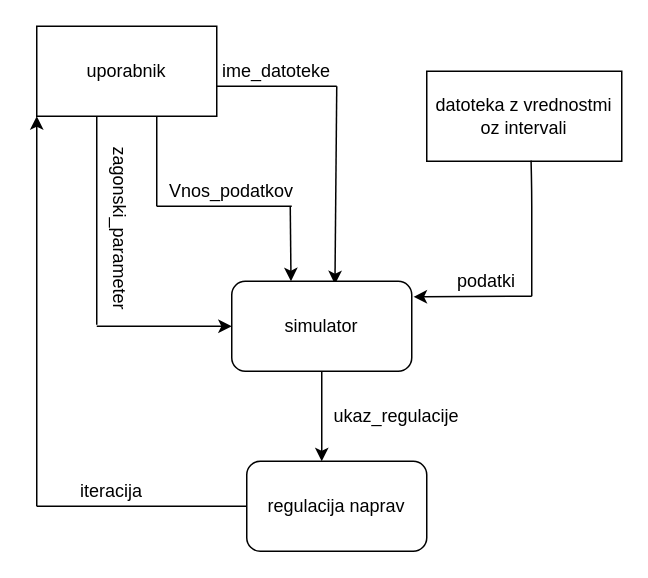
OPI-v-v/simulator keeps this draw.io diagram as page "Page-1" (1 of 2) of diagram toka podatkov.drawio. Above is the earlier version. Source tidied: cells renumbered, new cells numbered last; positions are measured from the earlier drawing's top-left corner, leaving out a move shared by most shapes. Both pictures are drawn from the tidied source at 150%, with x=0, y=0 at pixel (36, 26).
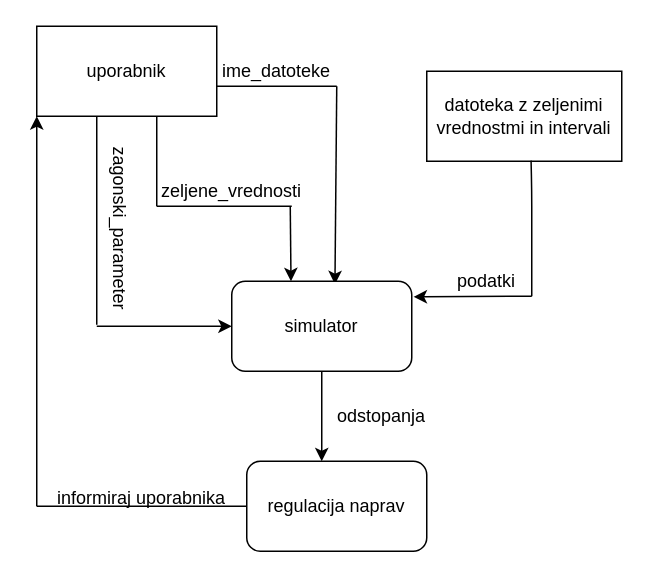
The same page after the edit.

Change to the diagram source:
```diff
@@
-    <mxCell id="3" value="datoteka z vrednostmi oz intervali" style="rounded=0;whiteSpace=wrap;html=1;" parent="1" vertex="1">
+    <mxCell id="3" value="datoteka z zeljenimi vrednostmi in intervali" style="rounded=0;whiteSpace=wrap;html=1;" parent="1" vertex="1">
       <mxGeometry x="260" y="30" width="130" height="60" as="geometry" />
     </mxCell>
@@
-    <mxCell id="9" value="Vnos_podatkov" style="text;html=1;strokeColor=none;fillColor=none;align=center;verticalAlign=middle;whiteSpace=wrap;rounded=0;rotation=0;" parent="1" vertex="1">
-      <mxGeometry x="80" y="100" width="100" height="20" as="geometry" />
-    </mxCell>
@@
-    <mxCell id="19" value="ukaz_regulacije" style="text;html=1;strokeColor=none;fillColor=none;align=center;verticalAlign=middle;whiteSpace=wrap;rounded=0;" parent="1" vertex="1">
-      <mxGeometry x="200" y="250" width="80" height="20" as="geometry" />
+    <mxCell id="19" value="odstopanja" style="text;html=1;strokeColor=none;fillColor=none;align=center;verticalAlign=middle;whiteSpace=wrap;rounded=0;" parent="1" vertex="1">
+      <mxGeometry x="190" y="250" width="80" height="20" as="geometry" />
     </mxCell>
@@
-    <mxCell id="23" value="iteracija" style="text;html=1;strokeColor=none;fillColor=none;align=center;verticalAlign=middle;whiteSpace=wrap;rounded=0;" parent="1" vertex="1">
-      <mxGeometry x="30" y="300" width="40" height="20" as="geometry" />
+    <mxCell id="23" value="&lt;br&gt;&lt;br&gt;&lt;span style=&quot;font-family: &amp;#34;helvetica&amp;#34;&quot;&gt;informiraj uporabnika&lt;/span&gt;" style="text;html=1;strokeColor=none;fillColor=none;align=center;verticalAlign=middle;whiteSpace=wrap;rounded=0;" parent="1" vertex="1">
+      <mxGeometry x="10" y="290" width="120" height="20" as="geometry" />
     </mxCell>
+    <mxCell id="24" value="zeljene_vrednosti" style="text;html=1;strokeColor=none;fillColor=none;align=center;verticalAlign=middle;whiteSpace=wrap;rounded=0;" parent="1" vertex="1">
+      <mxGeometry x="70" y="100" width="120" height="20" as="geometry" />
+    </mxCell>
```
